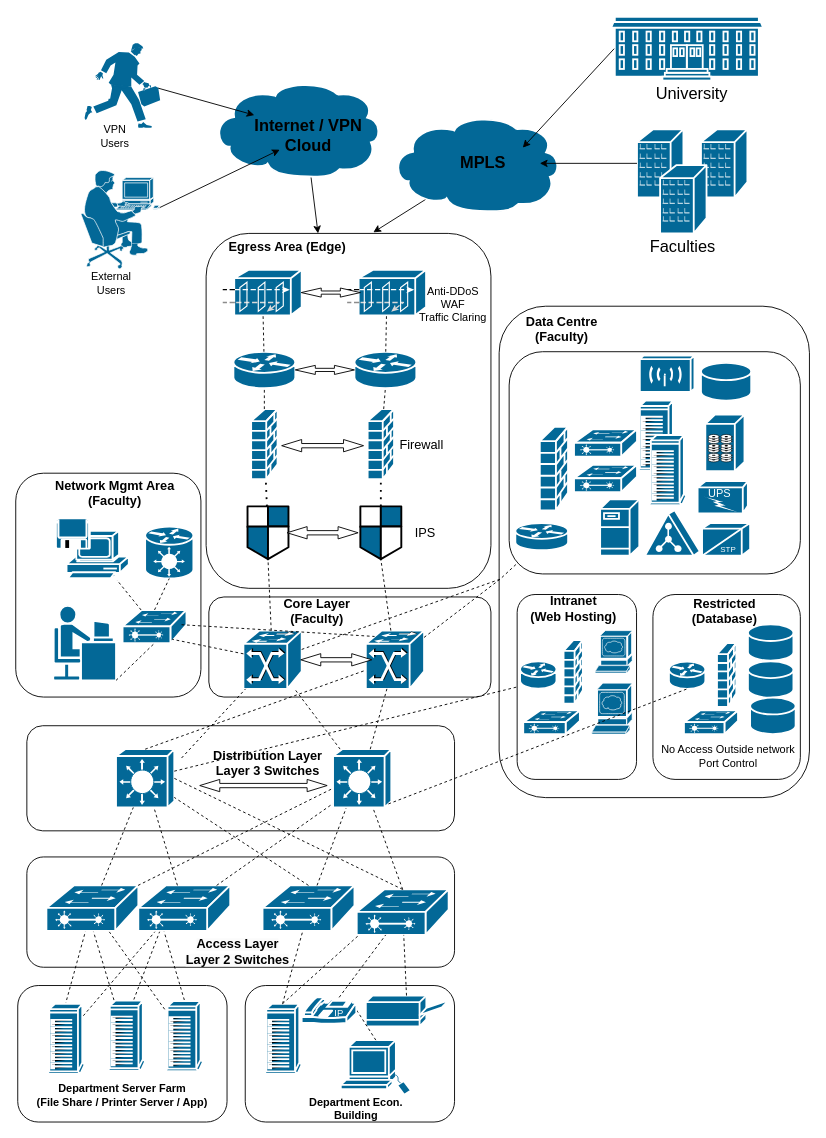
Above: page "Scenario 2 - P2" (3 of 3) of Untitled Diagram.drawio in geekcu/design-drawing (draw.io), before the change. Source tidied: cells renumbered, new cells numbered last; positions are measured from the earlier drawing's top-left corner, leaving out a move shared by most shapes. Both pictures are drawn from the tidied source at 91%, with x=0, y=0 at pixel (15, 16).
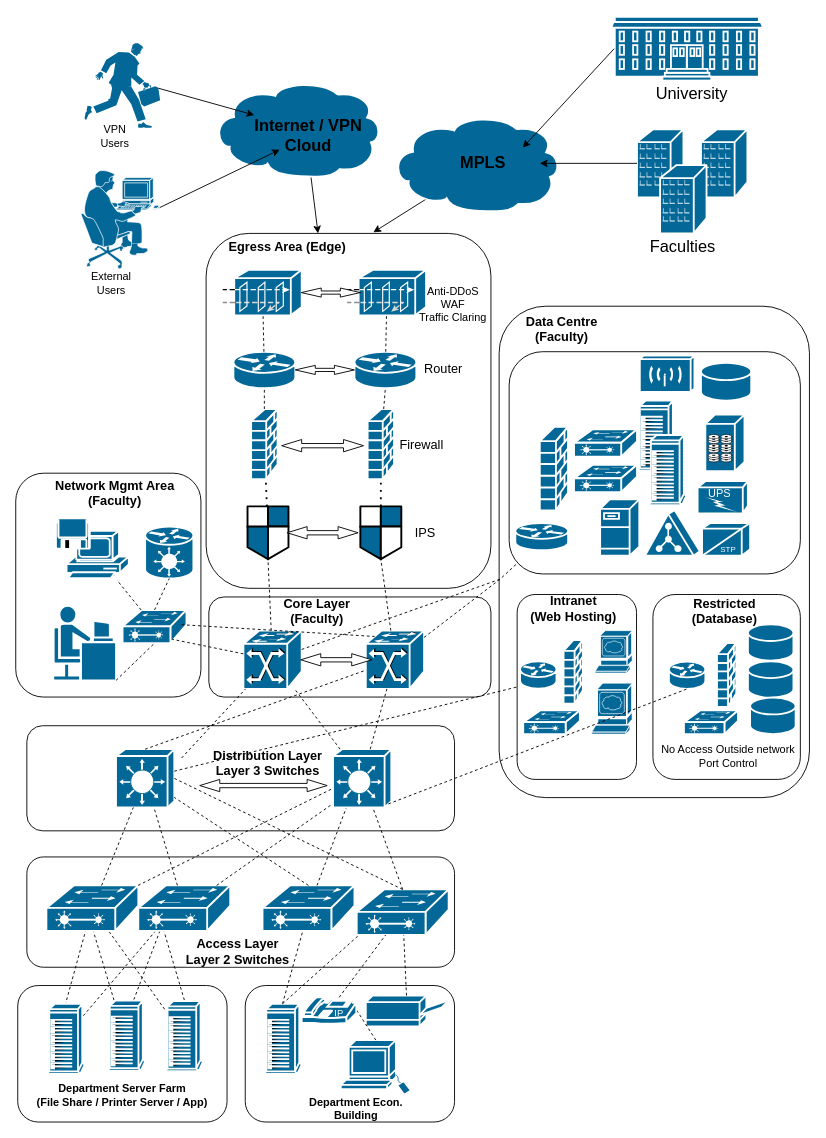
The same page after the edit.

The edit, as a diff of the source:
```diff
@@
+    <mxCell id="144" value="&lt;font style=&quot;font-size: 14px;&quot;&gt;Router&lt;/font&gt;" style="text;html=1;strokeColor=none;fillColor=none;align=center;verticalAlign=middle;whiteSpace=wrap;rounded=0;" parent="1" vertex="1">
+      <mxGeometry x="440" y="372.2" width="60" height="30" as="geometry" />
+    </mxCell>
```
